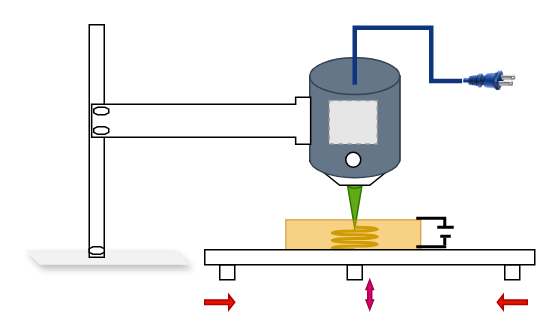
Sunresh/draw keeps this draw.io diagram as 20247131042.drawio. Above is the earlier version. Source tidied: cells renumbered, new cells numbered last; positions are measured from the earlier drawing's top-left corner, leaving out a move shared by most shapes. Both pictures are drawn from the tidied source at 150%, with x=0, y=0 at pixel (24, 10). Pictures stored in the file or linked from it are replaced by grey dashed boxes.
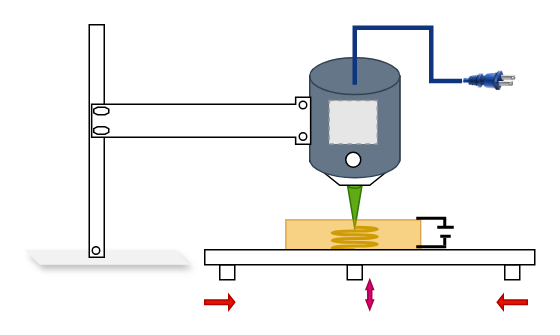
The same page after the edit.

What changed in the source:
```diff
@@
-    <mxCell id="23" style="verticalLabelPosition=bottom;verticalAlign=top;html=1;shape=mxgraph.basic.polygon;polyCoords=[[0.25,0],[0.75,0],[1,0.25],[1,0.75],[0.75,1],[0.25,1],[0,0.75],[0,0.25]];polyline=0;" parent="1" vertex="1">
-      <mxGeometry x="43" y="157" width="10" height="5" as="geometry" />
-    </mxCell>
@@
+    <mxCell id="30" style="ellipse;whiteSpace=wrap;html=1;" parent="1" vertex="1">
+      <mxGeometry x="183" y="60" width="5" height="5" as="geometry" />
+    </mxCell>
+    <mxCell id="31" style="ellipse;whiteSpace=wrap;html=1;" parent="1" vertex="1">
+      <mxGeometry x="183" y="81" width="5" height="5" as="geometry" />
+    </mxCell>
+    <mxCell id="32" style="ellipse;whiteSpace=wrap;html=1;" parent="1" vertex="1">
+      <mxGeometry x="45" y="157" width="5" height="5" as="geometry" />
+    </mxCell>
```
